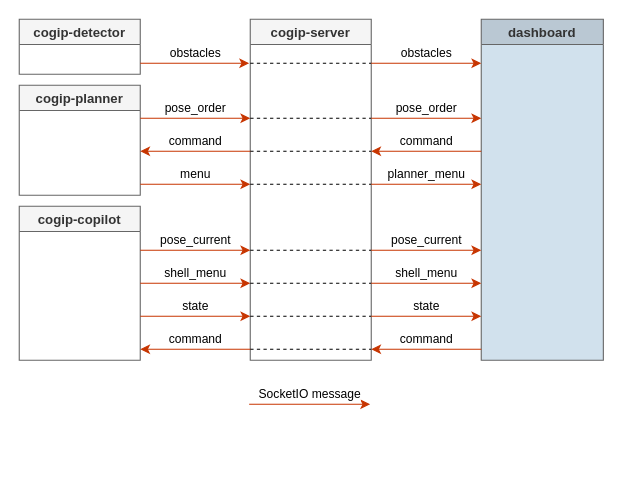
The draw.io diagram page "dashboard" (7 of 7) of docs/img/cogip.drawio in cogip/simulation, before the edit. Source tidied: cells renumbered, new cells numbered last; positions are measured from the earlier drawing's top-left corner, leaving out a move shared by most shapes. Both pictures are drawn from the tidied source at 110%, with x=0, y=0 at pixel (19, 19).
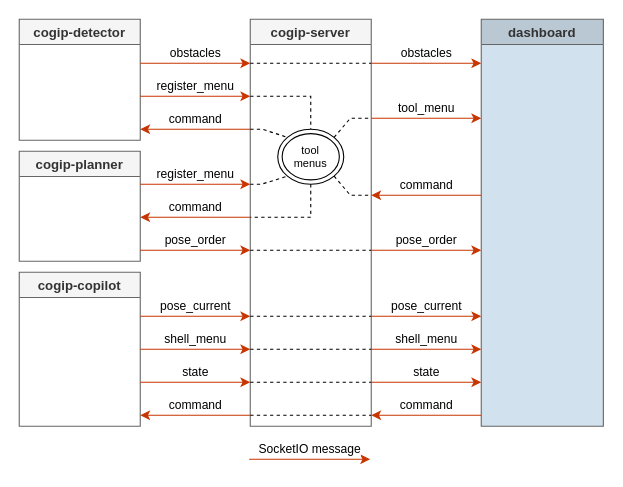
The same diagram, later.

Commit message (it also covers changes not shown here):
docs: update schemas with tool menus data flow

The edit, as a diff of the source:
```diff
@@
     <mxCell id="2" value="cogip-detector" style="swimlane;fillColor=#f5f5f5;strokeColor=#666666;swimlaneFillColor=none;fontColor=#333333;" parent="1" vertex="1">
-      <mxGeometry width="110" height="50" as="geometry" />
+      <mxGeometry width="110" height="110" as="geometry" />
     </mxCell>
     <mxCell id="3" value="cogip-server" style="swimlane;fillColor=#f5f5f5;fontColor=#333333;strokeColor=#666666;" parent="1" vertex="1">
-      <mxGeometry x="210" width="110" height="310" as="geometry" />
+      <mxGeometry x="210" width="110" height="370" as="geometry" />
     </mxCell>
+    <mxCell id="5" style="endArrow=none;dashed=1;html=1;rounded=0;" parent="3" edge="1">
+      <mxGeometry relative="1" as="geometry">
+        <mxPoint y="40" as="sourcePoint" />
+        <mxPoint x="110" y="40" as="targetPoint" />
+      </mxGeometry>
+    </mxCell>
+    <mxCell id="32" style="endArrow=none;dashed=1;html=1;rounded=0;entryX=0.5;entryY=0;entryDx=0;entryDy=0;" parent="3" edge="1" target="33">
+      <mxGeometry relative="1" as="geometry">
+        <mxPoint y="70" as="sourcePoint" />
+        <Array as="points">
+          <mxPoint x="55" y="70" />
+        </Array>
+      </mxGeometry>
+    </mxCell>
+    <mxCell id="33" value="tool&lt;br style=&quot;font-size: 10px;&quot;&gt;menus" style="ellipse;shape=doubleEllipse;whiteSpace=wrap;html=1;fontSize=10;" parent="3" vertex="1">
+      <mxGeometry x="25" y="100" width="60" height="50" as="geometry" />
+    </mxCell>
+    <mxCell id="34" style="endArrow=none;dashed=1;html=1;rounded=0;entryX=0;entryY=0;entryDx=0;entryDy=0;" parent="3" edge="1" target="33">
+      <mxGeometry relative="1" as="geometry">
+        <mxPoint y="100" as="sourcePoint" />
+        <Array as="points">
+          <mxPoint x="11" y="100" />
+        </Array>
+      </mxGeometry>
+    </mxCell>
+    <mxCell id="35" style="endArrow=none;dashed=1;html=1;rounded=0;exitX=1;exitY=0;exitDx=0;exitDy=0;" parent="3" edge="1" source="33">
+      <mxGeometry relative="1" as="geometry">
+        <mxPoint x="110" y="90" as="targetPoint" />
+        <Array as="points">
+          <mxPoint x="91" y="90" />
+        </Array>
+      </mxGeometry>
+    </mxCell>
+    <mxCell id="36" style="endArrow=none;dashed=1;html=1;rounded=0;exitX=0.5;exitY=1;exitDx=0;exitDy=0;" parent="3" edge="1" source="33">
+      <mxGeometry relative="1" as="geometry">
+        <mxPoint y="180" as="targetPoint" />
+        <Array as="points">
+          <mxPoint x="55" y="180" />
+        </Array>
+      </mxGeometry>
+    </mxCell>
+    <mxCell id="7" style="endArrow=none;dashed=1;html=1;rounded=0;exitX=1;exitY=1;exitDx=0;exitDy=0;" parent="3" edge="1" source="33">
+      <mxGeometry relative="1" as="geometry">
+        <mxPoint x="110" y="160" as="targetPoint" />
+        <Array as="points">
+          <mxPoint x="91" y="160" />
+        </Array>
+      </mxGeometry>
+    </mxCell>
     <mxCell id="4" style="endArrow=none;dashed=1;html=1;rounded=0;" parent="3" edge="1">
       <mxGeometry relative="1" as="geometry">
-        <mxPoint y="90" as="sourcePoint" />
-        <mxPoint x="110" y="90" as="targetPoint" />
+        <mxPoint y="210" as="sourcePoint" />
+        <mxPoint x="110" y="210" as="targetPoint" />
       </mxGeometry>
     </mxCell>
-    <mxCell id="5" style="endArrow=none;dashed=1;html=1;rounded=0;" parent="3" edge="1">
-      <mxGeometry relative="1" as="geometry">
-        <mxPoint y="40" as="sourcePoint" />
-        <mxPoint x="110" y="40" as="targetPoint" />
-      </mxGeometry>
-    </mxCell>
-    <mxCell id="6" style="endArrow=none;dashed=1;html=1;rounded=0;" parent="3" edge="1">
-      <mxGeometry relative="1" as="geometry">
-        <mxPoint y="150" as="sourcePoint" />
-        <mxPoint x="110" y="150" as="targetPoint" />
-      </mxGeometry>
-    </mxCell>
-    <mxCell id="7" style="endArrow=none;dashed=1;html=1;rounded=0;" parent="3" edge="1">
-      <mxGeometry relative="1" as="geometry">
-        <mxPoint y="120" as="sourcePoint" />
-        <mxPoint x="110" y="120" as="targetPoint" />
-      </mxGeometry>
-    </mxCell>
+    <mxCell id="12" value="dashboard" style="swimlane;fillColor=#BAC8D3;strokeColor=#666666;fontColor=#333333;swimlaneFillColor=#D1E1ED;" parent="1" vertex="1">
+      <mxGeometry x="420" width="111" height="370" as="geometry" />
+    </mxCell>
+    <mxCell id="14" value="obstacles" style="endArrow=classic;html=1;rounded=0;verticalAlign=bottom;snapToPoint=1;fillColor=#fa6800;strokeColor=#C73500;" parent="1" edge="1">
+      <mxGeometry relative="1" as="geometry">
+        <mxPoint x="110" y="40" as="sourcePoint" />
+        <mxPoint x="210" y="40" as="targetPoint" />
+      </mxGeometry>
+    </mxCell>
+    <mxCell id="16" value="obstacles" style="endArrow=classic;html=1;rounded=0;verticalAlign=bottom;snapToPoint=1;fillColor=#fa6800;strokeColor=#C73500;" parent="1" edge="1">
+      <mxGeometry relative="1" as="geometry">
+        <mxPoint x="320" y="40" as="sourcePoint" />
+        <mxPoint x="420" y="40" as="targetPoint" />
+      </mxGeometry>
+    </mxCell>
+    <mxCell id="37" value="command" style="endArrow=classic;html=1;rounded=0;verticalAlign=bottom;fillColor=#fa6800;strokeColor=#C73500;" parent="1" edge="1">
+      <mxGeometry relative="1" as="geometry">
+        <mxPoint x="210" y="100" as="sourcePoint" />
+        <mxPoint x="110" y="100" as="targetPoint" />
+      </mxGeometry>
+    </mxCell>
-    <mxCell id="8" style="endArrow=none;dashed=1;html=1;rounded=0;" parent="3" edge="1">
+    <mxCell id="8" style="endArrow=none;dashed=1;html=1;rounded=0;" parent="1" edge="1">
       <mxGeometry relative="1" as="geometry">
-        <mxPoint y="210" as="sourcePoint" />
-        <mxPoint x="110" y="210" as="targetPoint" />
+        <mxPoint x="210" y="270" as="sourcePoint" />
+        <mxPoint x="320" y="270" as="targetPoint" />
       </mxGeometry>
     </mxCell>
-    <mxCell id="9" style="endArrow=none;dashed=1;html=1;rounded=0;" parent="3" edge="1">
+    <mxCell id="9" style="endArrow=none;dashed=1;html=1;rounded=0;" parent="1" edge="1">
       <mxGeometry relative="1" as="geometry">
-        <mxPoint y="240" as="sourcePoint" />
-        <mxPoint x="110" y="240" as="targetPoint" />
+        <mxPoint x="210" y="300" as="sourcePoint" />
+        <mxPoint x="320" y="300" as="targetPoint" />
       </mxGeometry>
     </mxCell>
-    <mxCell id="10" style="endArrow=none;dashed=1;html=1;rounded=0;" parent="3" edge="1">
+    <mxCell id="10" style="endArrow=none;dashed=1;html=1;rounded=0;" parent="1" edge="1">
       <mxGeometry relative="1" as="geometry">
-        <mxPoint y="270" as="sourcePoint" />
-        <mxPoint x="110" y="270" as="targetPoint" />
+        <mxPoint x="210" y="330" as="sourcePoint" />
+        <mxPoint x="320" y="330" as="targetPoint" />
       </mxGeometry>
     </mxCell>
-    <mxCell id="11" style="endArrow=none;dashed=1;html=1;rounded=0;" parent="3" edge="1">
+    <mxCell id="11" style="endArrow=none;dashed=1;html=1;rounded=0;" parent="1" edge="1">
       <mxGeometry relative="1" as="geometry">
-        <mxPoint y="300" as="sourcePoint" />
-        <mxPoint x="110" y="300" as="targetPoint" />
+        <mxPoint x="210" y="360" as="sourcePoint" />
+        <mxPoint x="320" y="360" as="targetPoint" />
       </mxGeometry>
     </mxCell>
-    <mxCell id="12" value="dashboard" style="swimlane;fillColor=#BAC8D3;strokeColor=#666666;fontColor=#333333;swimlaneFillColor=#D1E1ED;" parent="1" vertex="1">
-      <mxGeometry x="420" width="111" height="310" as="geometry" />
-    </mxCell>
     <mxCell id="13" value="cogip-copilot" style="swimlane;fillColor=#f5f5f5;fontColor=#333333;strokeColor=#666666;" parent="1" vertex="1">
-      <mxGeometry y="170" width="110" height="140" as="geometry" />
+      <mxGeometry y="230" width="110" height="140" as="geometry" />
     </mxCell>
-    <mxCell id="14" value="obstacles" style="endArrow=classic;html=1;rounded=0;verticalAlign=bottom;snapToPoint=1;fillColor=#fa6800;strokeColor=#C73500;" parent="1" edge="1">
-      <mxGeometry relative="1" as="geometry">
-        <mxPoint x="110" y="40" as="sourcePoint" />
-        <mxPoint x="209" y="40" as="targetPoint" />
-      </mxGeometry>
-    </mxCell>
     <mxCell id="15" value="cogip-planner" style="swimlane;fillColor=#f5f5f5;fontColor=#333333;strokeColor=#666666;" parent="1" vertex="1">
-      <mxGeometry y="60" width="110" height="100" as="geometry" />
+      <mxGeometry y="120" width="110" height="100" as="geometry" />
     </mxCell>
-    <mxCell id="16" value="obstacles" style="endArrow=classic;html=1;rounded=0;verticalAlign=bottom;snapToPoint=1;fillColor=#fa6800;strokeColor=#C73500;" parent="1" edge="1">
-      <mxGeometry relative="1" as="geometry">
-        <mxPoint x="320" y="40" as="sourcePoint" />
-        <mxPoint x="420" y="40" as="targetPoint" />
-      </mxGeometry>
-    </mxCell>
     <mxCell id="17" value="SocketIO message" style="endArrow=classic;html=1;rounded=0;verticalAlign=bottom;strokeColor=#C73500;fillColor=#fa6800;" parent="1" edge="1">
       <mxGeometry relative="1" as="geometry">
-        <mxPoint x="209" y="350" as="sourcePoint" />
-        <mxPoint x="319" y="350" as="targetPoint" />
+        <mxPoint x="209" y="400" as="sourcePoint" />
+        <mxPoint x="319" y="400" as="targetPoint" />
       </mxGeometry>
     </mxCell>
-    <mxCell id="18" value="planner_menu" style="endArrow=classic;html=1;rounded=0;verticalAlign=bottom;fillColor=#fa6800;strokeColor=#C73500;" parent="1" edge="1">
-      <mxGeometry relative="1" as="geometry">
-        <mxPoint x="320" y="150" as="sourcePoint" />
-        <mxPoint x="420" y="150" as="targetPoint" />
-      </mxGeometry>
-    </mxCell>
     <mxCell id="19" value="command" style="endArrow=classic;html=1;rounded=0;verticalAlign=bottom;fillColor=#fa6800;strokeColor=#C73500;" parent="1" edge="1">
       <mxGeometry relative="1" as="geometry">
-        <mxPoint x="420" y="120" as="sourcePoint" />
-        <mxPoint x="320" y="120" as="targetPoint" />
+        <mxPoint x="420" y="160" as="sourcePoint" />
+        <mxPoint x="320" y="160" as="targetPoint" />
       </mxGeometry>
     </mxCell>
     <mxCell id="20" value="pose_order" style="endArrow=classic;html=1;rounded=0;verticalAlign=bottom;fillColor=#fa6800;strokeColor=#C73500;" parent="1" edge="1">
       <mxGeometry relative="1" as="geometry">
-        <mxPoint x="320" y="90" as="sourcePoint" />
-        <mxPoint x="420" y="90" as="targetPoint" />
+        <mxPoint x="320" y="210" as="sourcePoint" />
+        <mxPoint x="420" y="210" as="targetPoint" />
       </mxGeometry>
     </mxCell>
-    <mxCell id="21" value="menu" style="endArrow=classic;html=1;rounded=0;verticalAlign=bottom;fillColor=#fa6800;strokeColor=#C73500;" parent="1" edge="1">
-      <mxGeometry relative="1" as="geometry">
-        <mxPoint x="110" y="150" as="sourcePoint" />
-        <mxPoint x="210" y="150" as="targetPoint" />
-      </mxGeometry>
-    </mxCell>
     <mxCell id="22" value="command" style="endArrow=classic;html=1;rounded=0;verticalAlign=bottom;fillColor=#fa6800;strokeColor=#C73500;" parent="1" edge="1">
       <mxGeometry relative="1" as="geometry">
-        <mxPoint x="210" y="120" as="sourcePoint" />
-        <mxPoint x="110" y="120" as="targetPoint" />
+        <mxPoint x="210" y="180" as="sourcePoint" />
+        <mxPoint x="110" y="180" as="targetPoint" />
       </mxGeometry>
     </mxCell>
     <mxCell id="23" value="pose_order" style="endArrow=classic;html=1;rounded=0;verticalAlign=bottom;fillColor=#fa6800;strokeColor=#C73500;" parent="1" edge="1">
       <mxGeometry relative="1" as="geometry">
-        <mxPoint x="110" y="90" as="sourcePoint" />
-        <mxPoint x="210" y="90" as="targetPoint" />
+        <mxPoint x="110" y="210" as="sourcePoint" />
+        <mxPoint x="210" y="210" as="targetPoint" />
       </mxGeometry>
     </mxCell>
     <mxCell id="24" value="shell_menu" style="endArrow=classic;html=1;rounded=0;verticalAlign=bottom;fillColor=#fa6800;strokeColor=#C73500;" parent="1" edge="1">
       <mxGeometry relative="1" as="geometry">
-        <mxPoint x="320" y="240" as="sourcePoint" />
-        <mxPoint x="420" y="240" as="targetPoint" />
+        <mxPoint x="320" y="300" as="sourcePoint" />
+        <mxPoint x="420" y="300" as="targetPoint" />
       </mxGeometry>
     </mxCell>
     <mxCell id="25" value="command" style="endArrow=classic;html=1;rounded=0;verticalAlign=bottom;fillColor=#fa6800;strokeColor=#C73500;" parent="1" edge="1">
       <mxGeometry relative="1" as="geometry">
-        <mxPoint x="420" y="300" as="sourcePoint" />
-        <mxPoint x="320" y="300" as="targetPoint" />
+        <mxPoint x="420" y="360" as="sourcePoint" />
+        <mxPoint x="320" y="360" as="targetPoint" />
       </mxGeometry>
     </mxCell>
     <mxCell id="26" value="pose_current" style="endArrow=classic;html=1;rounded=0;verticalAlign=bottom;fillColor=#fa6800;strokeColor=#C73500;" parent="1" edge="1">
       <mxGeometry relative="1" as="geometry">
-        <mxPoint x="320" y="210" as="sourcePoint" />
-        <mxPoint x="420" y="210" as="targetPoint" />
+        <mxPoint x="320" y="270" as="sourcePoint" />
+        <mxPoint x="420" y="270" as="targetPoint" />
       </mxGeometry>
     </mxCell>
     <mxCell id="27" value="state" style="endArrow=classic;html=1;rounded=0;verticalAlign=bottom;fillColor=#fa6800;strokeColor=#C73500;" parent="1" edge="1">
       <mxGeometry relative="1" as="geometry">
-        <mxPoint x="320" y="270" as="sourcePoint" />
-        <mxPoint x="420" y="270" as="targetPoint" />
+        <mxPoint x="320" y="330" as="sourcePoint" />
+        <mxPoint x="420" y="330" as="targetPoint" />
       </mxGeometry>
     </mxCell>
     <mxCell id="28" value="shell_menu" style="endArrow=classic;html=1;rounded=0;verticalAlign=bottom;fillColor=#fa6800;strokeColor=#C73500;" parent="1" edge="1">
       <mxGeometry relative="1" as="geometry">
-        <mxPoint x="110" y="240" as="sourcePoint" />
-        <mxPoint x="210" y="240" as="targetPoint" />
+        <mxPoint x="110" y="300" as="sourcePoint" />
+        <mxPoint x="210" y="300" as="targetPoint" />
       </mxGeometry>
     </mxCell>
     <mxCell id="29" value="command" style="endArrow=classic;html=1;rounded=0;verticalAlign=bottom;fillColor=#fa6800;strokeColor=#C73500;" parent="1" edge="1">
       <mxGeometry relative="1" as="geometry">
-        <mxPoint x="210" y="300" as="sourcePoint" />
-        <mxPoint x="110" y="300" as="targetPoint" />
+        <mxPoint x="210" y="360" as="sourcePoint" />
+        <mxPoint x="110" y="360" as="targetPoint" />
       </mxGeometry>
     </mxCell>
     <mxCell id="30" value="pose_current" style="endArrow=classic;html=1;rounded=0;verticalAlign=bottom;fillColor=#fa6800;strokeColor=#C73500;" parent="1" edge="1">
       <mxGeometry relative="1" as="geometry">
-        <mxPoint x="110" y="210" as="sourcePoint" />
-        <mxPoint x="210" y="210" as="targetPoint" />
+        <mxPoint x="110" y="270" as="sourcePoint" />
+        <mxPoint x="210" y="270" as="targetPoint" />
       </mxGeometry>
     </mxCell>
     <mxCell id="31" value="state" style="endArrow=classic;html=1;rounded=0;verticalAlign=bottom;fillColor=#fa6800;strokeColor=#C73500;" parent="1" edge="1">
       <mxGeometry relative="1" as="geometry">
-        <mxPoint x="110" y="270" as="sourcePoint" />
-        <mxPoint x="210" y="270" as="targetPoint" />
+        <mxPoint x="110" y="330" as="sourcePoint" />
+        <mxPoint x="210" y="330" as="targetPoint" />
       </mxGeometry>
     </mxCell>
+    <mxCell id="6" style="endArrow=none;dashed=1;html=1;rounded=0;entryX=0;entryY=1;entryDx=0;entryDy=0;" parent="1" edge="1" target="33">
+      <mxGeometry relative="1" as="geometry">
+        <mxPoint x="210" y="150" as="sourcePoint" />
+        <Array as="points">
+          <mxPoint x="220" y="150" />
+        </Array>
+      </mxGeometry>
+    </mxCell>
+    <mxCell id="18" value="tool_menu" style="endArrow=classic;html=1;rounded=0;verticalAlign=bottom;fillColor=#fa6800;strokeColor=#C73500;" parent="1" edge="1">
+      <mxGeometry relative="1" as="geometry">
+        <mxPoint x="320" y="90" as="sourcePoint" />
+        <mxPoint x="420" y="90" as="targetPoint" />
+      </mxGeometry>
+    </mxCell>
+    <mxCell id="21" value="register_menu" style="endArrow=classic;html=1;rounded=0;verticalAlign=bottom;fillColor=#fa6800;strokeColor=#C73500;" parent="1" edge="1">
+      <mxGeometry relative="1" as="geometry">
+        <mxPoint x="110" y="150" as="sourcePoint" />
+        <mxPoint x="210" y="150" as="targetPoint" />
+      </mxGeometry>
+    </mxCell>
+    <mxCell id="38" value="register_menu" style="endArrow=classic;html=1;rounded=0;verticalAlign=bottom;fillColor=#fa6800;strokeColor=#C73500;" parent="1" edge="1">
+      <mxGeometry relative="1" as="geometry">
+        <mxPoint x="110" y="70" as="sourcePoint" />
+        <mxPoint x="210" y="70" as="targetPoint" />
+      </mxGeometry>
+    </mxCell>
```
